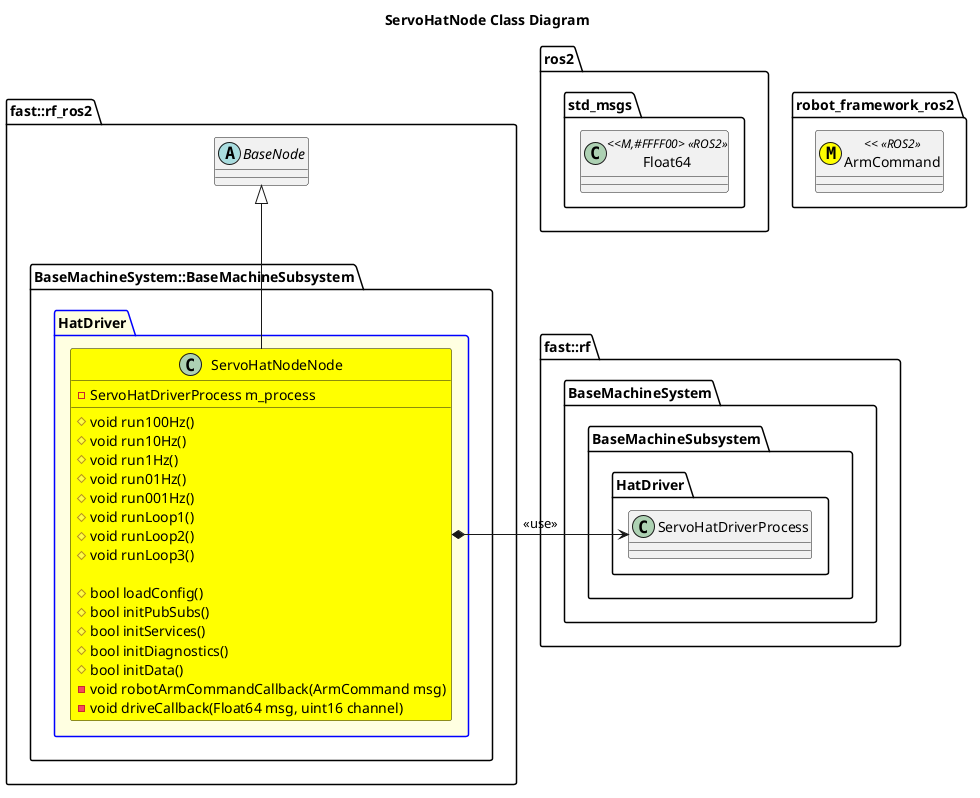
Earlier version of the PlantUML export Systems/BaseMachine/Subsystems/BaseMachine/Nodes/ServoHatNode/doc/puml/ServoHatNodeClassDiagram.png (fastrobotics/robot_framework_ros2).
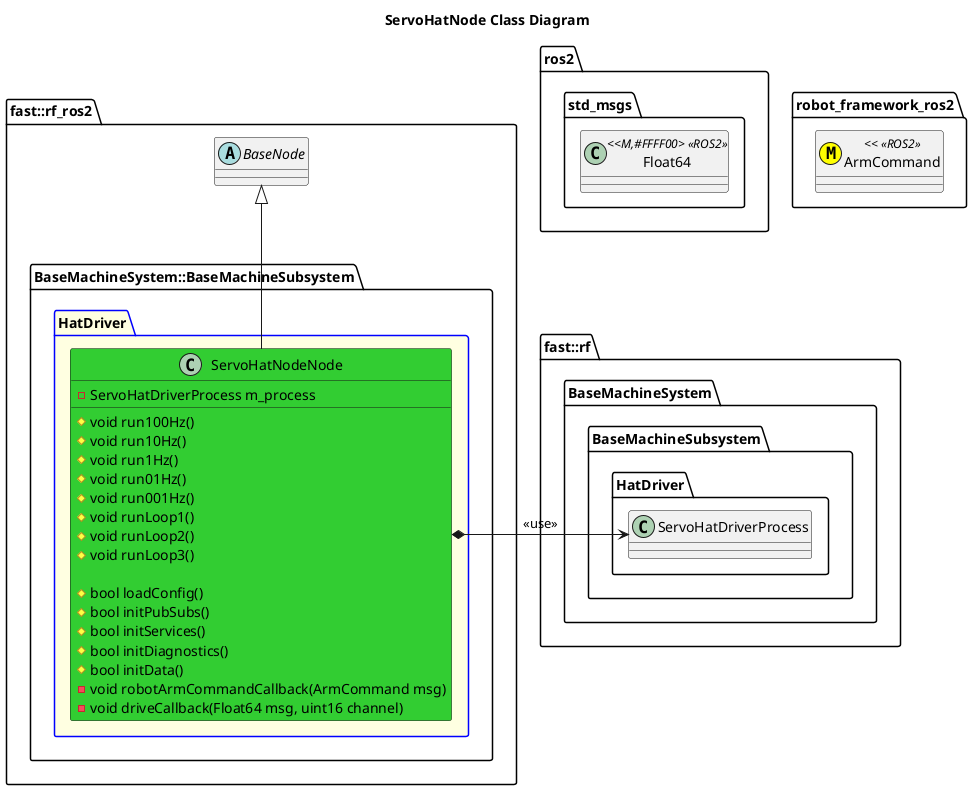
The same file after the commit.

Diff of the diagram source:
```diff
@@ -23,7 +23,7 @@
     }
     namespace BaseMachineSystem::BaseMachineSubsystem {
         package HatDriver #LightYellow;line:blue  {
-            class ServoHatNodeNode #Yellow {
+            class ServoHatNodeNode #LimeGreen {
                 #void run100Hz()
                 #void run10Hz()
                 #void run1Hz()
```
